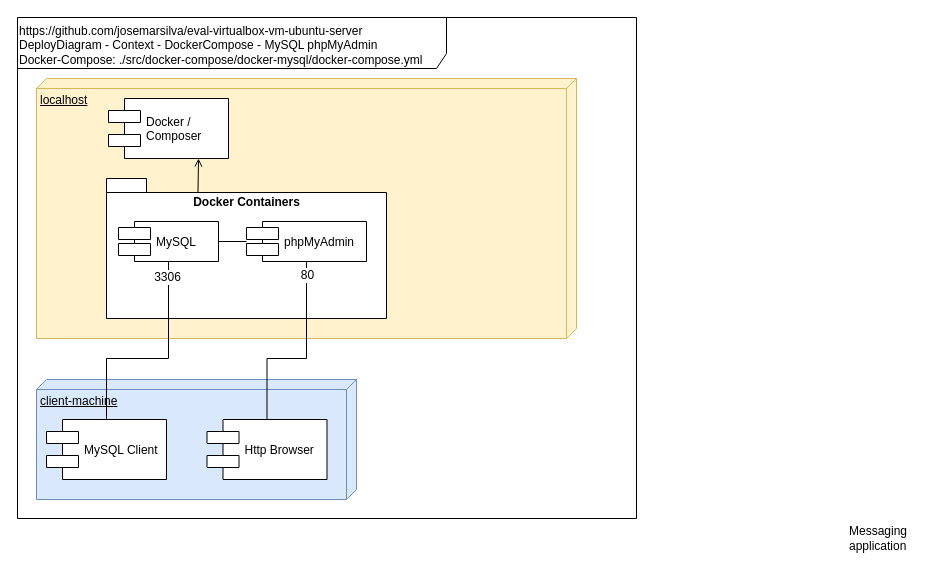
Earlier version of the draw.io diagram doc/images/DeployDiagram - Context - DockerCompose - MySQL phpMyAdmin.drawio (josemarsilva/eval-virtualbox-vm-ubuntu-server). Source tidied: cells renumbered, new cells numbered last; positions are measured from the earlier drawing's top-left corner, leaving out a move shared by most shapes. Both pictures are drawn from the tidied source at 100%, with x=0, y=0 at pixel (17, 17).
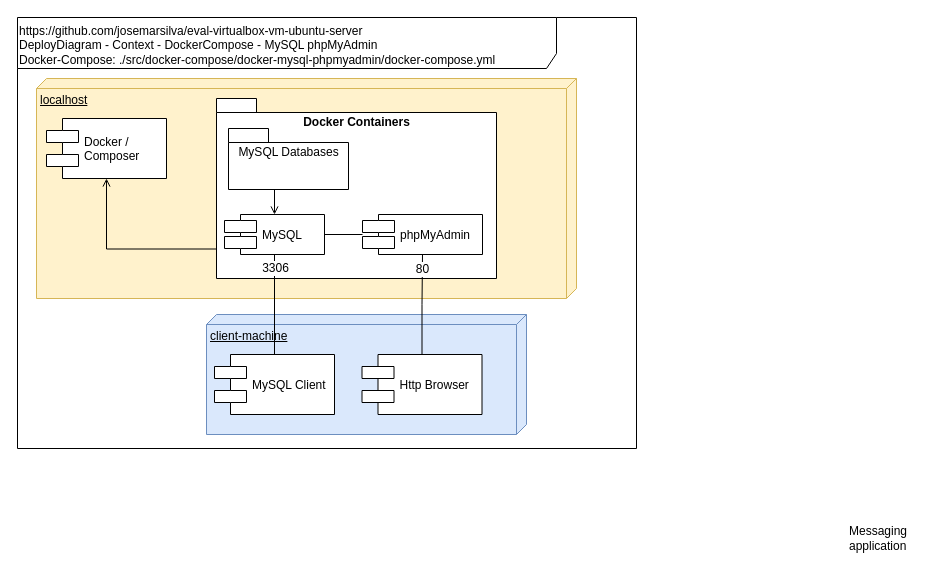
The same page after the edit.

The edit, as a diff of the source:
```diff
@@
-    <mxCell id="2" value="&lt;div style=&quot;text-align: left&quot;&gt;&lt;span&gt;https://github.com/josemarsilva/eval-virtualbox-vm-ubuntu-server&lt;/span&gt;&lt;/div&gt;&lt;div style=&quot;text-align: left&quot;&gt;&lt;span&gt;DeployDiagram - Context - DockerCompose - MySQL phpMyAdmin&lt;/span&gt;&lt;/div&gt;&lt;div style=&quot;text-align: left&quot;&gt;&lt;span&gt;Docker-Compose: ./src/docker-compose/docker-mysql/docker-compose.yml&lt;/span&gt;&lt;/div&gt;" style="shape=umlFrame;whiteSpace=wrap;html=1;width=429;height=51;align=left;verticalAlign=top;" parent="1" vertex="1">
-      <mxGeometry width="619" height="501" as="geometry" />
+    <mxCell id="2" value="&lt;div style=&quot;text-align: left&quot;&gt;&lt;span&gt;https://github.com/josemarsilva/eval-virtualbox-vm-ubuntu-server&lt;/span&gt;&lt;/div&gt;&lt;div style=&quot;text-align: left&quot;&gt;&lt;span&gt;DeployDiagram - Context - DockerCompose - MySQL phpMyAdmin&lt;/span&gt;&lt;/div&gt;&lt;div style=&quot;text-align: left&quot;&gt;&lt;span&gt;Docker-Compose: ./src/docker-compose/docker-mysql-phpmyadmin/docker-compose.yml&lt;/span&gt;&lt;/div&gt;" style="shape=umlFrame;whiteSpace=wrap;html=1;width=539;height=51;align=left;verticalAlign=top;" parent="1" vertex="1">
+      <mxGeometry width="619" height="431" as="geometry" />
     </mxCell>
     <mxCell id="3" value="localhost" style="verticalAlign=top;align=left;spacingTop=8;spacingLeft=2;spacingRight=12;shape=cube;size=10;direction=south;fontStyle=4;html=1;fillColor=#fff2cc;strokeColor=#d6b656;" parent="1" vertex="1">
-      <mxGeometry x="19" y="61" width="540" height="260" as="geometry" />
+      <mxGeometry x="19" y="61" width="540" height="220" as="geometry" />
     </mxCell>
     <mxCell id="4" value="Docker / &#10;Composer" style="shape=component;align=left;spacingLeft=36;" parent="1" vertex="1">
-      <mxGeometry x="91" y="81" width="120" height="60" as="geometry" />
+      <mxGeometry x="29" y="101" width="120" height="60" as="geometry" />
     </mxCell>
@@
-    <mxCell id="6" style="rounded=0;jettySize=auto;html=1;entryX=0.75;entryY=1;entryDx=0;entryDy=0;endArrow=open;endFill=0;exitX=0;exitY=0;exitDx=91.5;exitDy=14;exitPerimeter=0;" parent="1" edge="1" source="7" target="4">
+    <mxCell id="6" style="rounded=0;jettySize=auto;html=1;entryX=0.5;entryY=1;entryDx=0;entryDy=0;endArrow=open;endFill=0;exitX=0;exitY=0;exitDx=0;exitDy=150.5;exitPerimeter=0;edgeStyle=orthogonalEdgeStyle;" parent="1" edge="1" source="7" target="4">
       <mxGeometry relative="1" as="geometry" />
     </mxCell>
     <mxCell id="7" value="Docker Containers" style="shape=folder;fontStyle=1;spacingTop=10;tabWidth=40;tabHeight=14;tabPosition=left;html=1;verticalAlign=top;" parent="1" vertex="1">
-      <mxGeometry x="89" y="161" width="280" height="140" as="geometry" />
+      <mxGeometry x="199" y="81" width="280" height="180" as="geometry" />
     </mxCell>
@@
     <mxCell id="9" value="MySQL" style="shape=component;align=left;spacingLeft=36;" parent="1" vertex="1">
-      <mxGeometry x="101" y="204" width="100" height="40" as="geometry" />
+      <mxGeometry x="207" y="197" width="100" height="40" as="geometry" />
     </mxCell>
     <mxCell id="10" value="phpMyAdmin" style="shape=component;align=left;spacingLeft=36;" parent="1" vertex="1">
-      <mxGeometry x="229" y="204" width="120" height="40" as="geometry" />
+      <mxGeometry x="345" y="197" width="120" height="40" as="geometry" />
     </mxCell>
     <mxCell id="11" value="client-machine" style="verticalAlign=top;align=left;spacingTop=8;spacingLeft=2;spacingRight=12;shape=cube;size=10;direction=south;fontStyle=4;html=1;fillColor=#dae8fc;strokeColor=#6c8ebf;" parent="1" vertex="1">
-      <mxGeometry x="19" y="362" width="320" height="120" as="geometry" />
+      <mxGeometry x="189" y="297" width="320" height="120" as="geometry" />
     </mxCell>
     <mxCell id="12" value="Http Browser" style="shape=component;align=left;spacingLeft=36;" parent="1" vertex="1">
-      <mxGeometry x="189.5" y="402" width="120" height="60" as="geometry" />
+      <mxGeometry x="344.5" y="337" width="120" height="60" as="geometry" />
     </mxCell>
-    <mxCell id="13" style="edgeStyle=orthogonalEdgeStyle;rounded=0;jettySize=auto;html=1;entryX=0.5;entryY=1;entryDx=0;entryDy=0;endArrow=none;endFill=0;" parent="1" edge="1" source="15" target="9">
-      <mxGeometry relative="1" as="geometry">
-        <Array as="points">
-          <mxPoint x="89" y="341" />
-          <mxPoint x="151" y="341" />
-        </Array>
-      </mxGeometry>
+    <mxCell id="13" style="rounded=0;jettySize=auto;html=1;entryX=0.5;entryY=1;entryDx=0;entryDy=0;endArrow=none;endFill=0;exitX=0.5;exitY=0;exitDx=0;exitDy=0;edgeStyle=orthogonalEdgeStyle;" parent="1" edge="1" source="15" target="9">
+      <mxGeometry relative="1" as="geometry" />
     </mxCell>
     <mxCell id="14" value="3306" style="text;html=1;align=center;verticalAlign=middle;labelBackgroundColor=#ffffff;" parent="13" vertex="1">
       <mxGeometry x="0.7" y="-2" relative="1" as="geometry">
-        <mxPoint x="-4" y="-18" as="offset" />
+        <mxPoint x="-2" y="-1.5" as="offset" />
       </mxGeometry>
     </mxCell>
     <mxCell id="15" value="MySQL Client" style="shape=component;align=left;spacingLeft=36;" parent="1" vertex="1">
-      <mxGeometry x="29" y="402" width="120" height="60" as="geometry" />
+      <mxGeometry x="197" y="337" width="120" height="60" as="geometry" />
     </mxCell>
     <mxCell id="16" style="rounded=0;jettySize=auto;html=1;entryX=0.5;entryY=1;entryDx=0;entryDy=0;endArrow=none;endFill=0;exitX=0.5;exitY=0;exitDx=0;exitDy=0;edgeStyle=orthogonalEdgeStyle;" parent="1" edge="1" source="12" target="10">
-      <mxGeometry relative="1" as="geometry">
-        <Array as="points">
-          <mxPoint x="250" y="341" />
-          <mxPoint x="289" y="341" />
-        </Array>
-      </mxGeometry>
+      <mxGeometry relative="1" as="geometry" />
     </mxCell>
     <mxCell id="17" value="80" style="text;html=1;align=center;verticalAlign=middle;labelBackgroundColor=#ffffff;" parent="16" vertex="1">
       <mxGeometry x="0.7" y="-2" relative="1" as="geometry">
-        <mxPoint x="-2" y="-16" as="offset" />
+        <mxPoint x="-2.5" y="-1.5" as="offset" />
       </mxGeometry>
     </mxCell>
+    <mxCell id="18" style="rounded=0;jettySize=auto;html=1;exitX=0.5;exitY=1;exitDx=0;exitDy=0;exitPerimeter=0;entryX=0.5;entryY=0;entryDx=0;entryDy=0;edgeStyle=orthogonalEdgeStyle;endArrow=open;endFill=0;" parent="1" edge="1" source="19" target="9">
+      <mxGeometry relative="1" as="geometry" />
+    </mxCell>
+    <mxCell id="19" value="MySQL Databases" style="shape=folder;fontStyle=0;spacingTop=10;tabWidth=40;tabHeight=14;tabPosition=left;html=1;verticalAlign=top;" parent="1" vertex="1">
+      <mxGeometry x="211" y="111" width="120" height="61" as="geometry" />
+    </mxCell>
```
